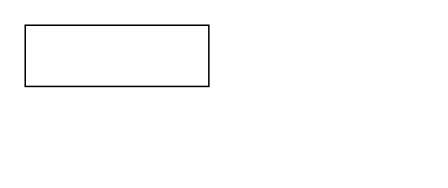
Above: HH.drawio in ingkomm/drawio (draw.io), before the change. Source tidied: cells renumbered, new cells numbered last; positions are measured from the earlier drawing's top-left corner, leaving out a move shared by most shapes. Both pictures are drawn from the tidied source at 153%, with x=0, y=0 at pixel (24, 24).
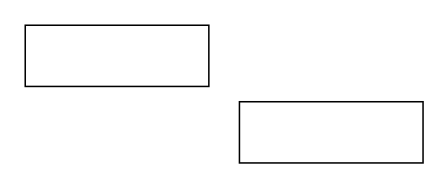
Above is the later version.

Diff of the diagram source:
```diff
@@
 <mxGraphModel>
   <root>
     <mxCell id="0" />
     <mxCell id="1" parent="0" />
     <mxCell id="2" style="rounded=0;whiteSpace=wrap;html=1;" parent="1" vertex="1">
       <mxGeometry width="120" height="40" as="geometry" />
     </mxCell>
+    <mxCell id="3" style="rounded=0;whiteSpace=wrap;html=1;" parent="1" vertex="1">
+      <mxGeometry x="140" y="50" width="120" height="40" as="geometry" />
+    </mxCell>
   </root>
 </mxGraphModel>
```
